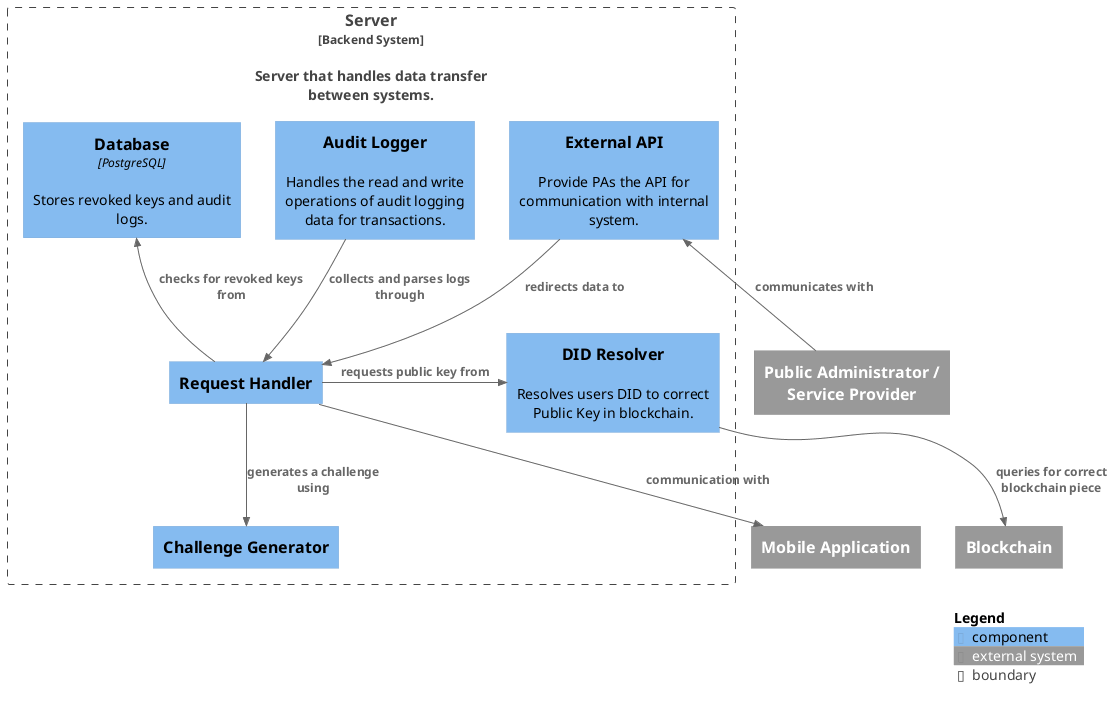
Dorfultariant/Architecture_Diagrams keeps this PlantUML diagram as images/BackendComponent.png. Above is the earlier version.
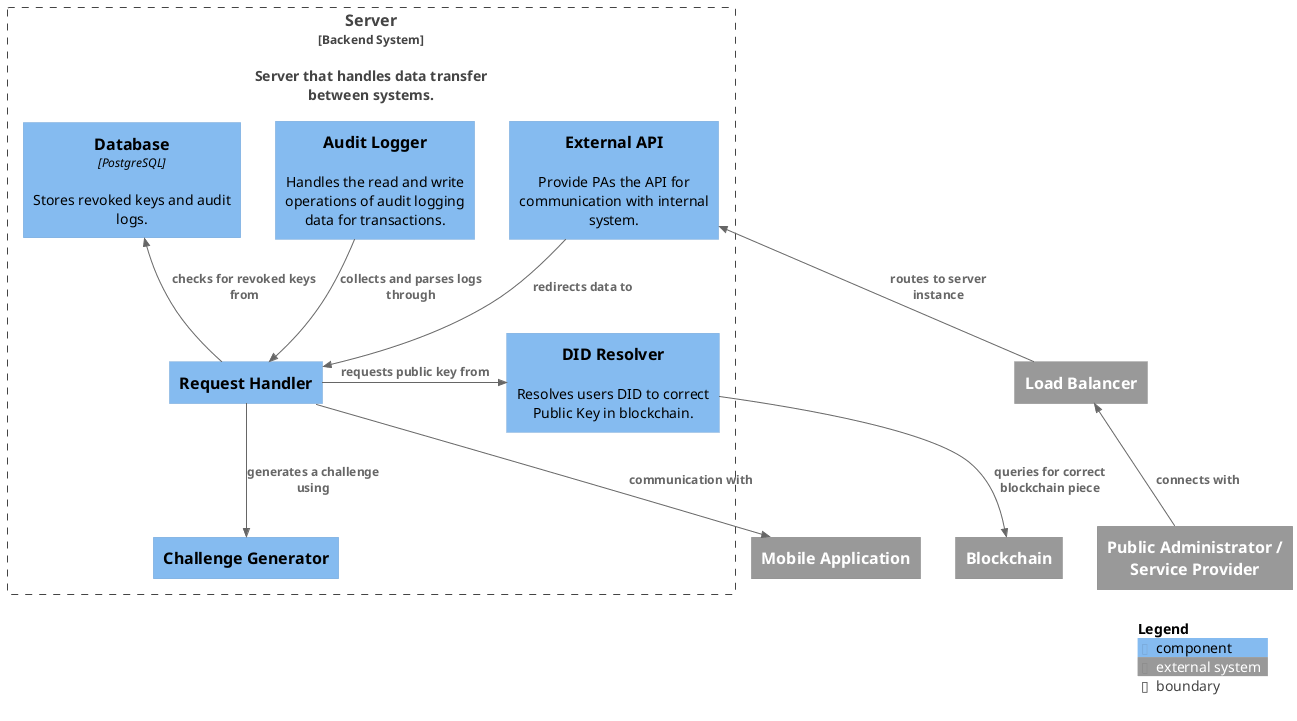
After the commit.

Change to the diagram source:
```diff
@@ -4,6 +4,7 @@
 System_Ext(bc, "Blockchain")
 System_Ext(ma, "Mobile Application")
 System_Ext(pa, "Public Administrator / Service Provider")
+System_Ext(lb, "Load Balancer")
 
 Boundary(backend, "Server", "Backend System", "", "", "Server that handles data transfer between systems.") {
     Component(RH, "Request Handler")
@@ -16,7 +17,8 @@
     Rel(RH, challenger, "generates a challenge using")
     Rel(at, RH, "collects and parses logs through")
     Rel(ext_api, RH, "redirects data to")
-    Rel_U(pa,ext_api, "communicates with")
+    Rel_U(pa, lb, "connects with")
+    Rel_U(lb, ext_api, "routes to server instance")
     Rel(RH, ma, "communication with")
     Rel_U(RH, DB, "checks for revoked keys from")
     Rel_R(RH, resolver, "requests public key from")
```
